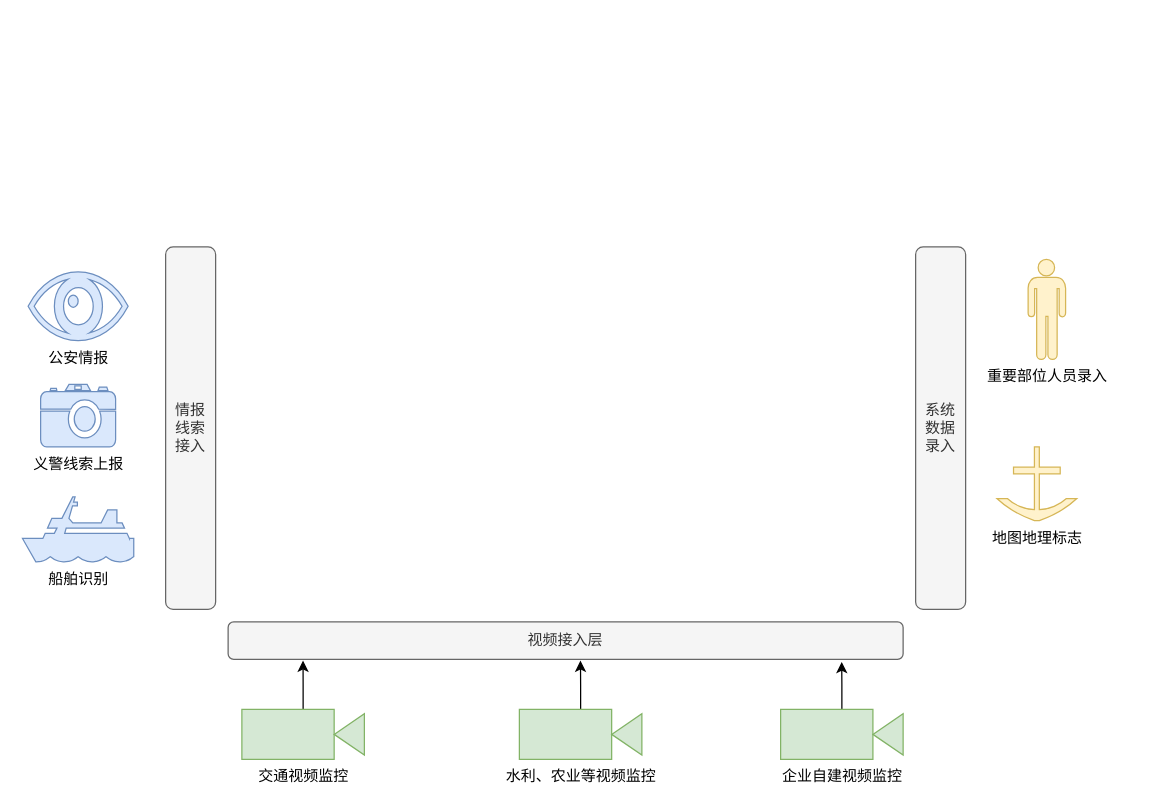
The draw.io diagram 水域网络图.drawio in liusheding001/draw.io, before the edit. Source tidied: cells renumbered, new cells numbered last; positions are measured from the earlier drawing's top-left corner, leaving out a move shared by most shapes. Both pictures are drawn from the tidied source at 125%, with x=0, y=0 at pixel (22, 246).
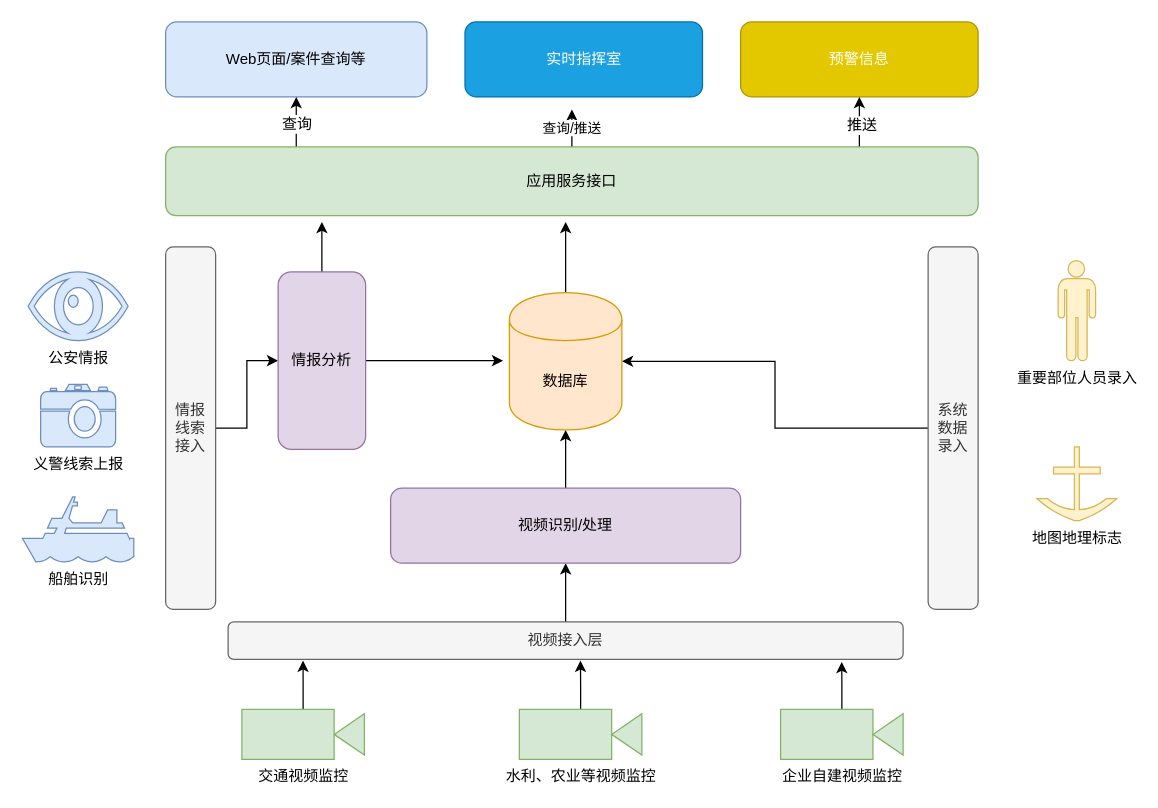
The same diagram, later.

Commit message (it also covers changes not shown here):
更新水域网络图.drawio

Unchanged cells that the change refers to:
```xml
<mxCell id="2" value="视频接入层" style="rounded=1;whiteSpace=wrap;html=1;fillColor=#f5f5f5;strokeColor=#666666;fontColor=#333333;" parent="1" vertex="1">
  <mxGeometry x="164" y="300" width="540" height="30" as="geometry" />
</mxCell>
<mxCell id="12" value="情报&lt;br&gt;线索&lt;br&gt;接入" style="rounded=1;whiteSpace=wrap;html=1;fillColor=#f5f5f5;strokeColor=#666666;fontColor=#333333;" parent="1" vertex="1">
  <mxGeometry x="114" width="40" height="290" as="geometry" />
</mxCell>
```

Change to the diagram source:
```diff
@@
+    <mxCell id="16" style="edgeStyle=orthogonalEdgeStyle;rounded=0;jettySize=auto;html=1;exitX=0.5;exitY=0;exitDx=0;exitDy=0;entryX=0.5;entryY=1;entryDx=0;entryDy=0;" parent="1" edge="1" source="2" target="20">
+      <mxGeometry relative="1" as="geometry" />
+    </mxCell>
@@
+    <mxCell id="17" style="edgeStyle=orthogonalEdgeStyle;rounded=0;jettySize=auto;html=1;entryX=0;entryY=0.5;entryDx=0;entryDy=0;" parent="1" edge="1" source="12" target="23">
+      <mxGeometry relative="1" as="geometry" />
+    </mxCell>
@@
+    <mxCell id="18" style="edgeStyle=orthogonalEdgeStyle;rounded=0;jettySize=auto;html=1;entryX=1;entryY=0.5;entryDx=0;entryDy=0;" parent="1" edge="1" source="13" target="25">
+      <mxGeometry relative="1" as="geometry" />
+    </mxCell>
     <mxCell id="13" value="系统&lt;br&gt;数据&lt;br&gt;录入" style="rounded=1;whiteSpace=wrap;html=1;fillColor=#f5f5f5;strokeColor=#666666;fontColor=#333333;" parent="1" vertex="1">
-      <mxGeometry x="714" width="40" height="290" as="geometry" />
+      <mxGeometry x="724" width="40" height="290" as="geometry" />
     </mxCell>
     <mxCell id="14" value="重要部位人员录入" style="shape=mxgraph.signs.people.man_1;html=1;fillColor=#fff2cc;strokeColor=#d6b656;verticalLabelPosition=bottom;verticalAlign=top;align=center;" parent="1" vertex="1">
-      <mxGeometry x="804" y="10" width="30" height="80" as="geometry" />
+      <mxGeometry x="828" y="11" width="30" height="80" as="geometry" />
     </mxCell>
     <mxCell id="15" value="地图地理标志" style="shape=mxgraph.signs.transportation.anchor_4;html=1;fillColor=#fff2cc;strokeColor=#d6b656;verticalLabelPosition=bottom;verticalAlign=top;align=center;" parent="1" vertex="1">
-      <mxGeometry x="779" y="160" width="64" height="59" as="geometry" />
+      <mxGeometry x="811" y="160" width="64" height="59" as="geometry" />
     </mxCell>
+    <mxCell id="19" style="edgeStyle=orthogonalEdgeStyle;rounded=0;jettySize=auto;html=1;" parent="1" edge="1" source="20" target="25">
+      <mxGeometry relative="1" as="geometry" />
+    </mxCell>
+    <mxCell id="20" value="视频识别/处理" style="rounded=1;whiteSpace=wrap;html=1;fillColor=#e1d5e7;strokeColor=#9673a6;" parent="1" vertex="1">
+      <mxGeometry x="294" y="193" width="280" height="60" as="geometry" />
+    </mxCell>
+    <mxCell id="21" style="edgeStyle=orthogonalEdgeStyle;rounded=0;jettySize=auto;html=1;" parent="1" edge="1" source="23">
+      <mxGeometry relative="1" as="geometry">
+        <mxPoint x="239" y="-20" as="targetPoint" />
+      </mxGeometry>
+    </mxCell>
+    <mxCell id="22" style="edgeStyle=orthogonalEdgeStyle;rounded=0;jettySize=auto;html=1;" parent="1" edge="1" source="23">
+      <mxGeometry relative="1" as="geometry">
+        <mxPoint x="384" y="91" as="targetPoint" />
+      </mxGeometry>
+    </mxCell>
+    <mxCell id="23" value="情报分析" style="rounded=1;whiteSpace=wrap;html=1;fillColor=#e1d5e7;strokeColor=#9673a6;" parent="1" vertex="1">
+      <mxGeometry x="204" y="20" width="70" height="142" as="geometry" />
+    </mxCell>
+    <mxCell id="24" style="edgeStyle=orthogonalEdgeStyle;rounded=0;jettySize=auto;html=1;" parent="1" edge="1" source="25">
+      <mxGeometry relative="1" as="geometry">
+        <mxPoint x="434" y="-20" as="targetPoint" />
+      </mxGeometry>
+    </mxCell>
+    <mxCell id="25" value="数据库" style="shape=cylinder;whiteSpace=wrap;html=1;boundedLbl=1;backgroundOutline=1;fillColor=#ffe6cc;strokeColor=#d79b00;" parent="1" vertex="1">
+      <mxGeometry x="389" y="36.5" width="90" height="110" as="geometry" />
+    </mxCell>
+    <mxCell id="26" value="Web页面/案件查询等" style="rounded=1;whiteSpace=wrap;html=1;fillColor=#dae8fc;strokeColor=#6c8ebf;" parent="1" vertex="1">
+      <mxGeometry x="114" y="-180" width="209" height="60" as="geometry" />
+    </mxCell>
+    <mxCell id="27" value="预警信息" style="rounded=1;whiteSpace=wrap;html=1;fillColor=#e3c800;strokeColor=#B09500;fontColor=#ffffff;" parent="1" vertex="1">
+      <mxGeometry x="574" y="-180" width="190" height="60" as="geometry" />
+    </mxCell>
+    <mxCell id="28" value="实时指挥室" style="rounded=1;whiteSpace=wrap;html=1;fillColor=#1ba1e2;strokeColor=#006EAF;fontColor=#ffffff;" parent="1" vertex="1">
+      <mxGeometry x="353.5" y="-180" width="190" height="60" as="geometry" />
+    </mxCell>
+    <mxCell id="29" style="edgeStyle=orthogonalEdgeStyle;rounded=0;jettySize=auto;html=1;entryX=0.5;entryY=1;entryDx=0;entryDy=0;" parent="1" edge="1" source="34" target="26">
+      <mxGeometry relative="1" as="geometry">
+        <Array as="points">
+          <mxPoint x="219" y="-80" />
+          <mxPoint x="219" y="-80" />
+        </Array>
+      </mxGeometry>
+    </mxCell>
+    <mxCell id="30" value="查询" style="text;html=1;align=center;verticalAlign=middle;labelBackgroundColor=#ffffff;" parent="29" vertex="1">
+      <mxGeometry x="-0.05" relative="1" as="geometry" />
+    </mxCell>
+    <mxCell id="31" value="查询/推送" style="edgeStyle=orthogonalEdgeStyle;rounded=0;jettySize=auto;html=1;" parent="1" edge="1" source="34">
+      <mxGeometry relative="1" as="geometry">
+        <mxPoint x="439" y="-110" as="targetPoint" />
+      </mxGeometry>
+    </mxCell>
+    <mxCell id="32" style="edgeStyle=orthogonalEdgeStyle;rounded=0;jettySize=auto;html=1;entryX=0.5;entryY=1;entryDx=0;entryDy=0;" parent="1" edge="1" source="34" target="27">
+      <mxGeometry relative="1" as="geometry">
+        <Array as="points">
+          <mxPoint x="669" y="-80" />
+          <mxPoint x="669" y="-80" />
+        </Array>
+      </mxGeometry>
+    </mxCell>
+    <mxCell id="33" value="推送" style="text;html=1;align=center;verticalAlign=middle;labelBackgroundColor=#ffffff;" parent="32" vertex="1">
+      <mxGeometry x="-0.1" y="-1" relative="1" as="geometry" />
+    </mxCell>
+    <mxCell id="34" value="应用服务接口" style="rounded=1;whiteSpace=wrap;html=1;fillColor=#d5e8d4;strokeColor=#82b366;arcSize=15;" parent="1" vertex="1">
+      <mxGeometry x="114" y="-80" width="650" height="55" as="geometry" />
+    </mxCell>
```
